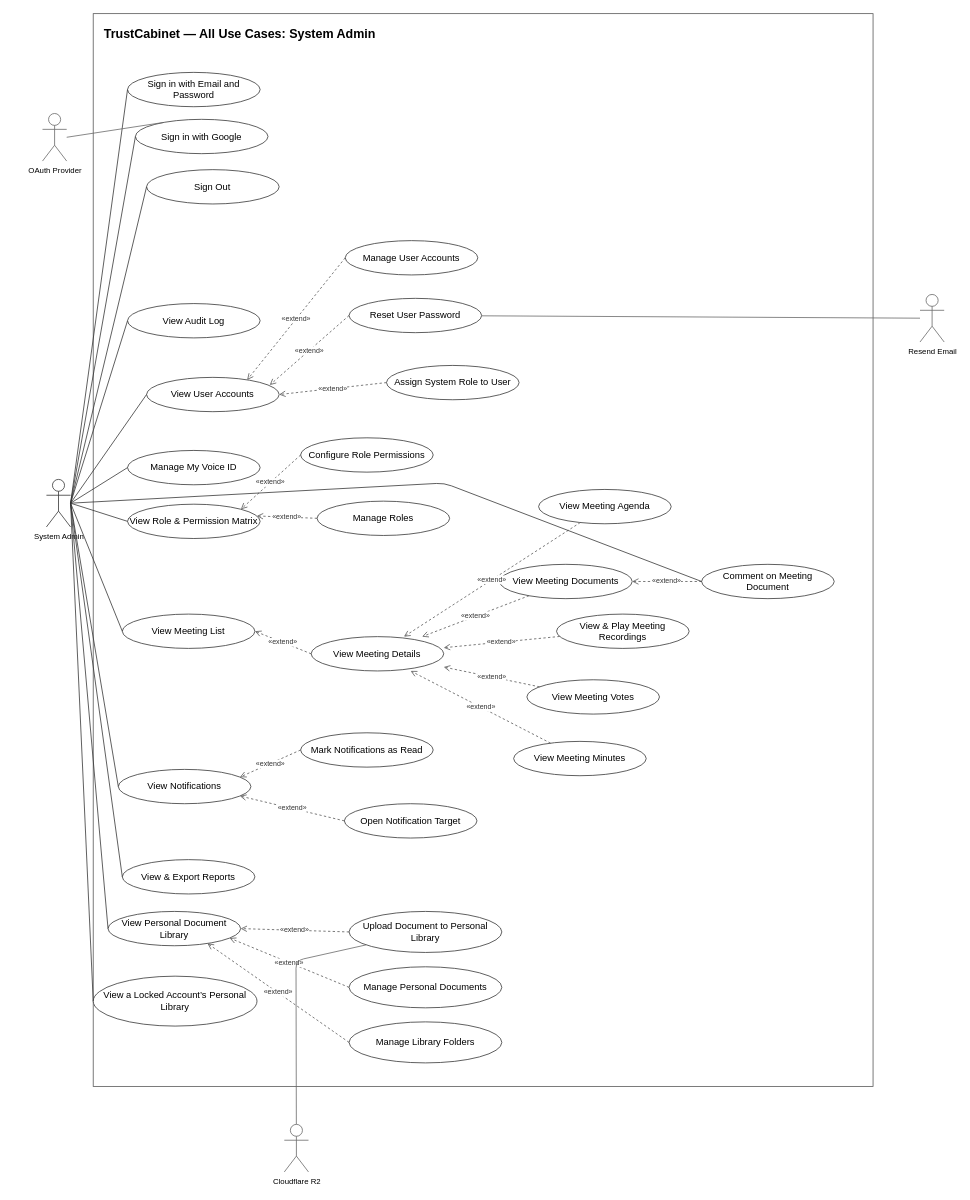
callmehai/FU-FA26-G116 keeps this draw.io diagram as page "System Admin" (1 of 7) of docs/14-uc-diagram/trustcabinet-use-cases.drawio. Above is the earlier version. Source tidied: cells renumbered, new cells numbered last; positions are measured from the earlier drawing's top-left corner, leaving out a move shared by most shapes. Both pictures are drawn from the tidied source at 78%, with x=0, y=0 at pixel (42, 13).
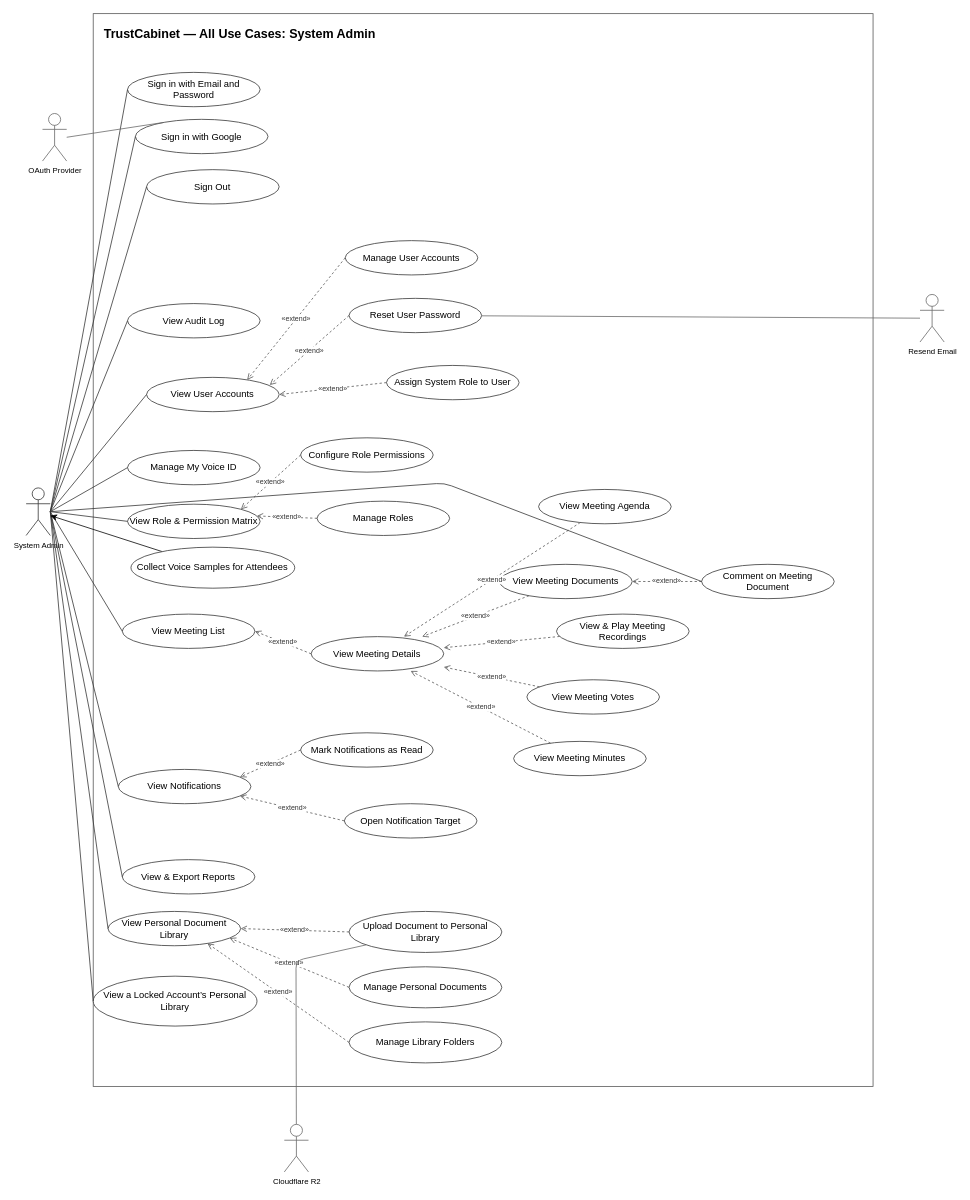
Above is the later version.

The edit, as a diff of the source:
```diff
@@
     <mxCell id="39" value="System Admin" style="shape=umlActor;verticalLabelPosition=bottom;verticalAlign=top;html=1;outlineConnect=0;fillColor=#ffffff;strokeColor=#333333;fontSize=10;" parent="1" vertex="1">
-      <mxGeometry x="5" y="597.1" width="31" height="61" as="geometry" />
+      <mxGeometry x="-21" y="608" width="31" height="61" as="geometry" />
     </mxCell>
@@
+    <mxCell id="69" style="rounded=0;jettySize=auto;html=1;" parent="1" edge="1" source="70" target="39">
+      <mxGeometry relative="1" as="geometry" />
+    </mxCell>
+    <mxCell id="70" value="Collect Voice Samples for Attendees" style="ellipse;whiteSpace=wrap;html=1;align=center;verticalAlign=middle;fontSize=12;strokeColor=#333333;fillColor=#ffffff;" parent="1" vertex="1">
+      <mxGeometry x="113.4" y="684" width="210" height="52.6" as="geometry" />
+    </mxCell>
```
